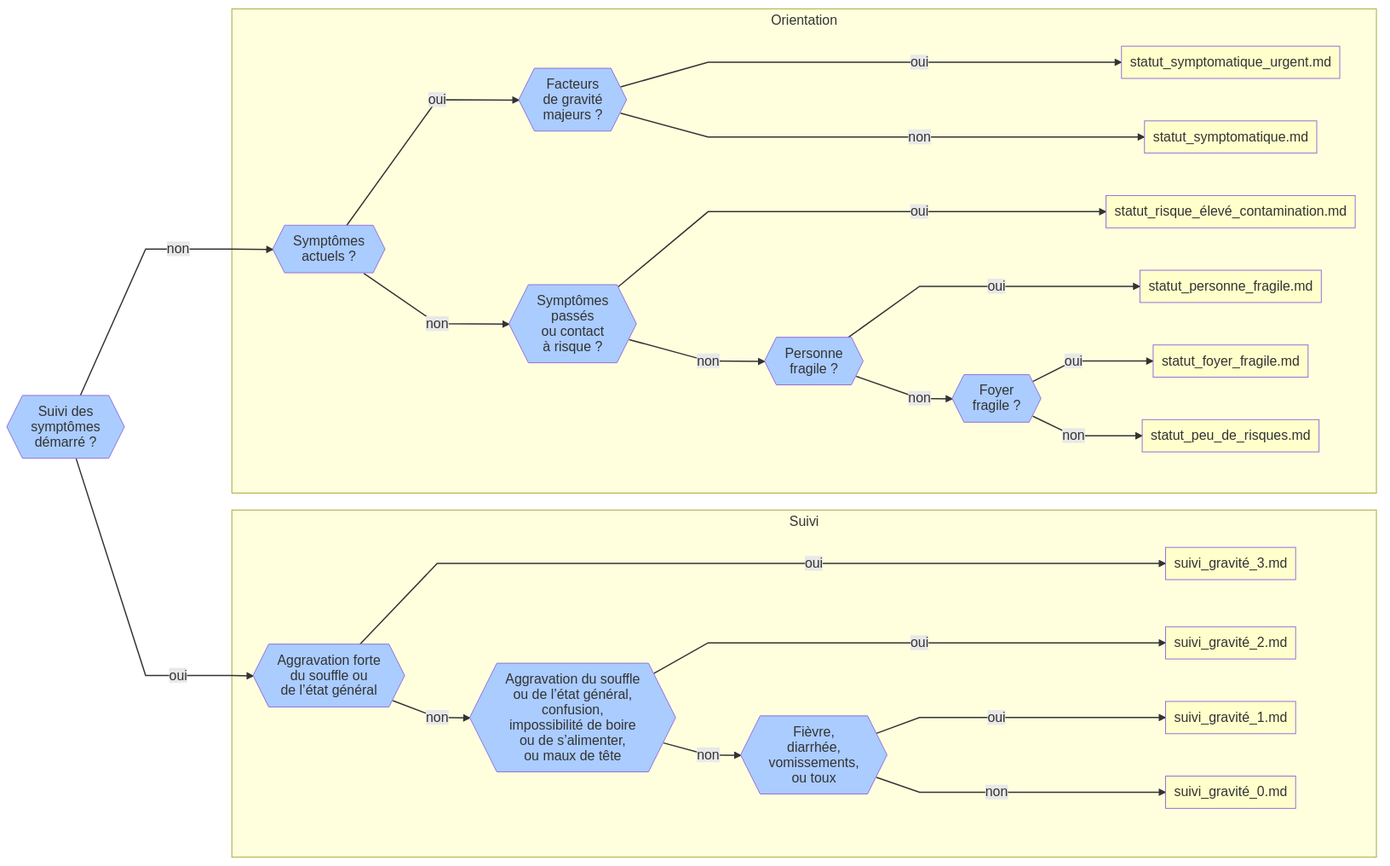
This is diagrammes/statut.png from Delegation-numerique-en-sante/mesconseilscovid, a Mermaid export, as it was before one commit. Its source is kept beside it as diagrammes/statut.mermaid.
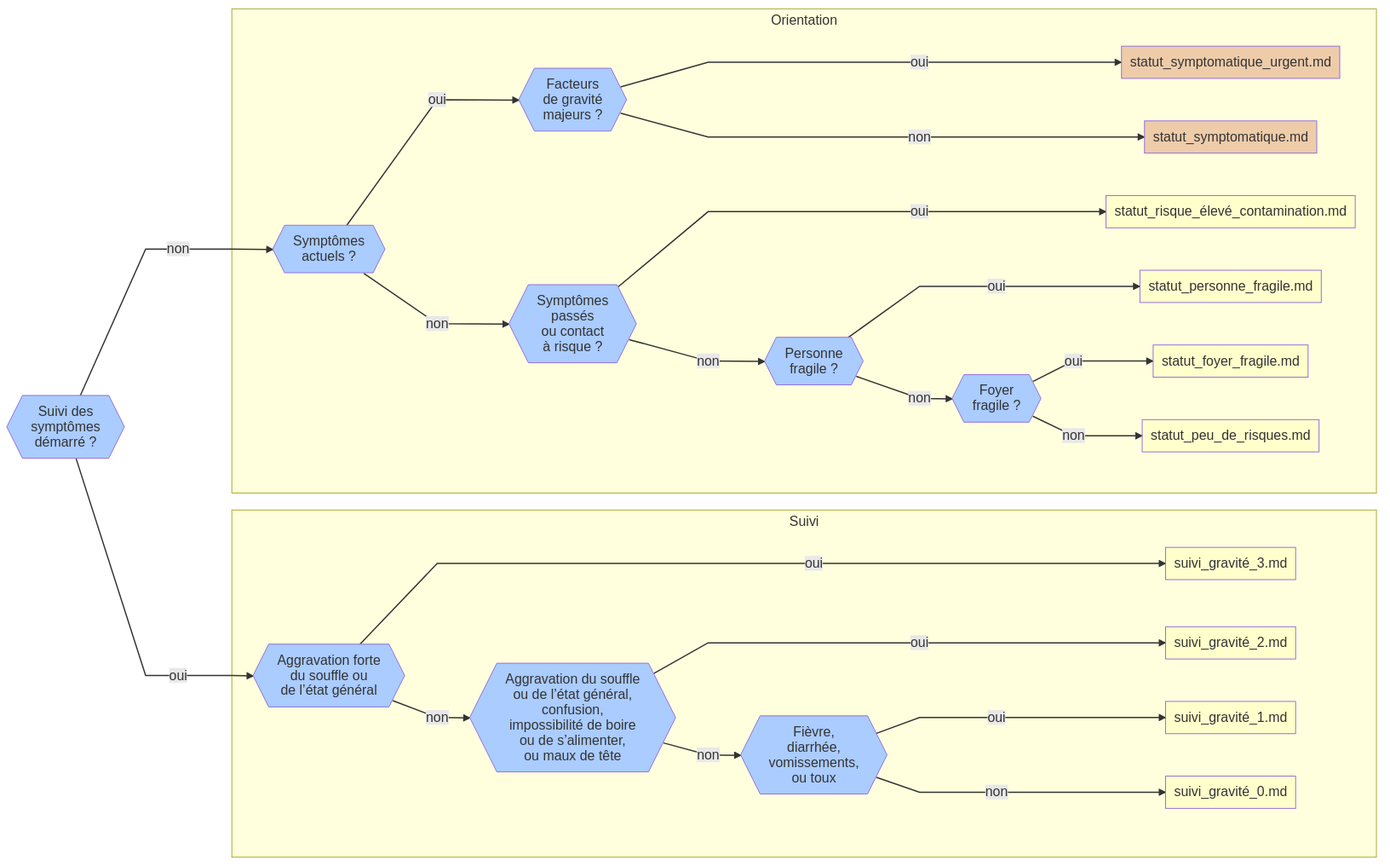
After the change.

Commit message:
Marque les statuts inaccessibles (sauf si on feinte) dans le diagramme

What changed in the source:
```diff
@@ -53,6 +53,7 @@
 
     classDef default fill:#acf;
     classDef statut fill:#ffc;
+    classDef statut-inaccessible fill:#eca;
 
     class suivi-gravite-3 statut;
     class suivi-gravite-2 statut;
@@ -63,5 +64,5 @@
     class statut-personne-fragile statut;
     class statut-peu-de-risques statut;
     class statut-risque-eleve statut;
-    class statut-symptomatique statut;
-    class statut-symptomatique-urgent statut;
+    class statut-symptomatique statut-inaccessible;
+    class statut-symptomatique-urgent statut-inaccessible;
```
